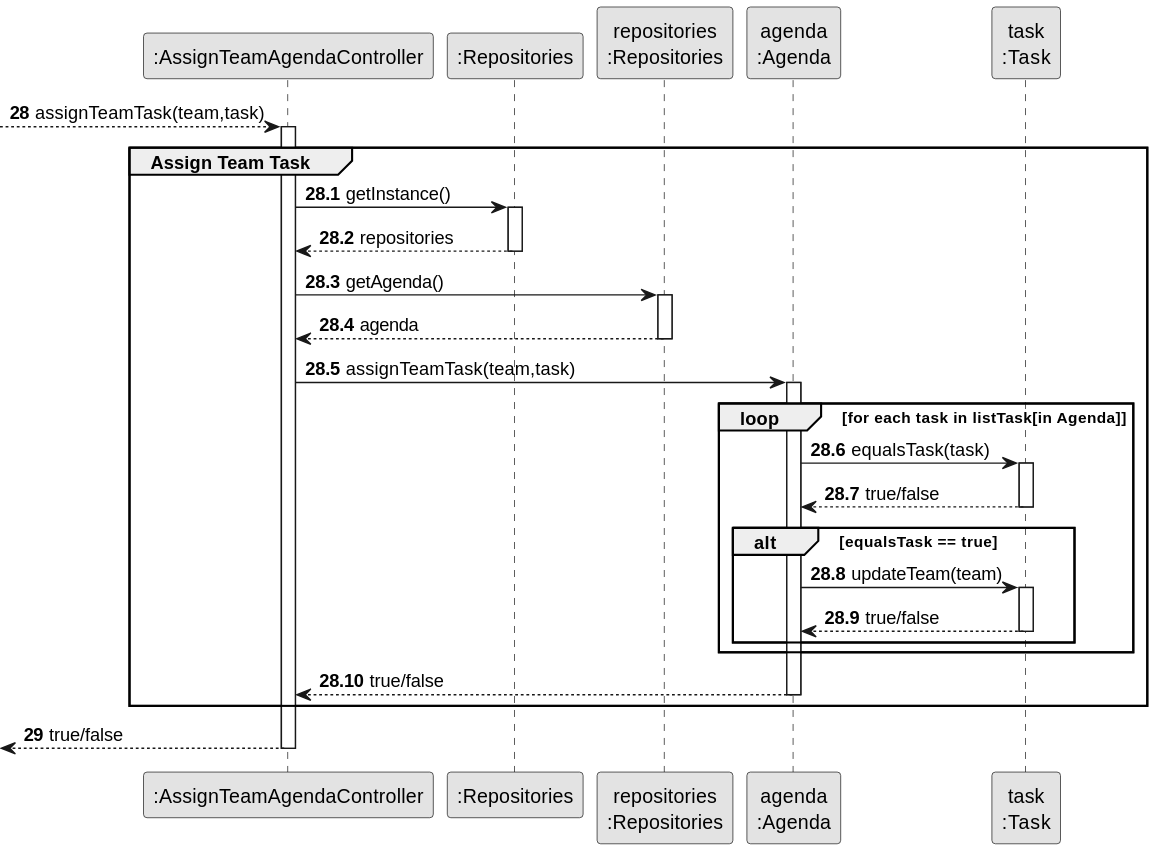
Above: docs/sprint3/us23/03.design/svg/us23-partial-sequence-diagram-assign-team.svg in Departamento-de-Engenharia-Informatica/lei-24-s2-1db-g022 (PlantUML), before the change.
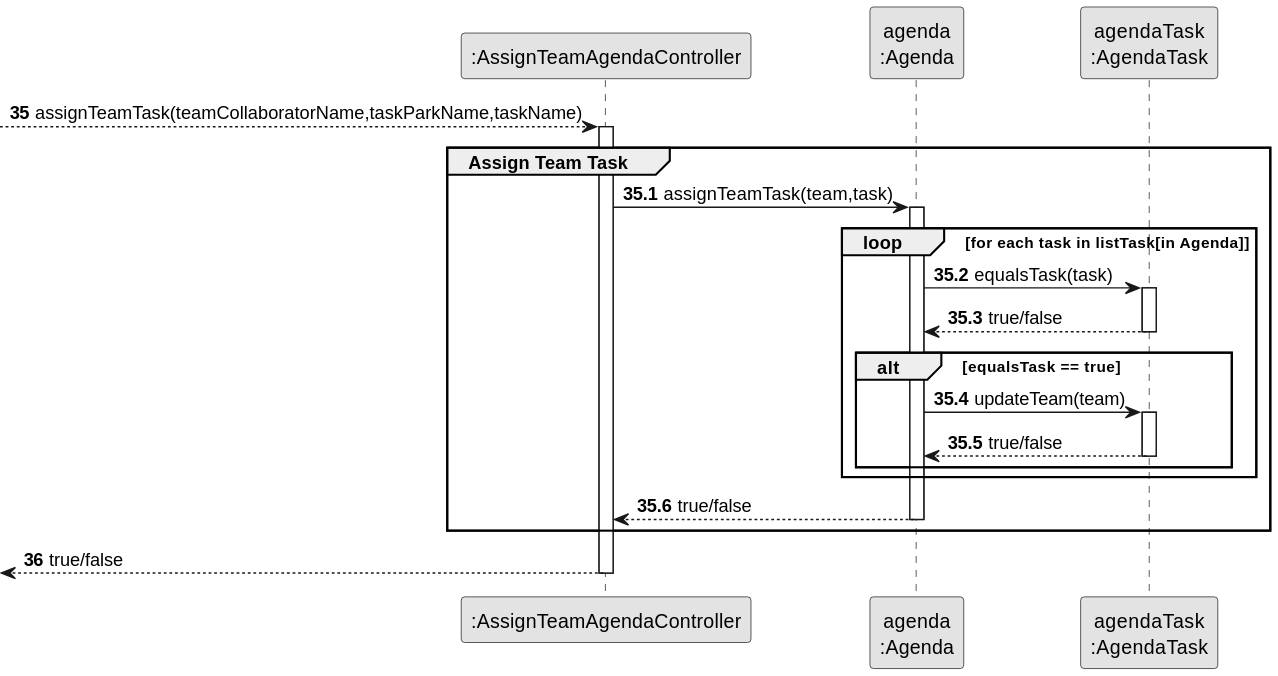
After the change.

Diff of the diagram source:
```diff
@@ -4,36 +4,18 @@
 skinparam shadowing false
 
 participant ":AssignTeamAgendaController" as CTRL
-participant ":Repositories" as RepositorySingleton
-participant "repositories\n:Repositories" as PLAT
 participant "agenda\n:Agenda" as AGENDA
-participant "task\n:Task" as TASK
 
-autonumber 28
+participant "agendaTask\n:AgendaTask" as TASK
 
---> CTRL : assignTeamTask(team,task)
+autonumber 35
 
-autonumber 28.1
+--> CTRL : assignTeamTask(teamCollaboratorName,taskParkName,taskName)
+
+autonumber 35.1
+group Assign Team Task
 
 activate CTRL
-
-group Assign Team Task
-
-CTRL -> RepositorySingleton : getInstance()
-
-activate RepositorySingleton
-
-RepositorySingleton --> CTRL : repositories
-
-deactivate RepositorySingleton
-
-CTRL -> PLAT : getAgenda()
-
-activate PLAT
-
-PLAT --> CTRL: agenda
-
-deactivate PLAT
 
 CTRL -> AGENDA : assignTeamTask(team,task)
 
@@ -69,7 +51,7 @@
 
 end
 
-autonumber 29
+autonumber 36
 
 <--CTRL : true/false
 
```
